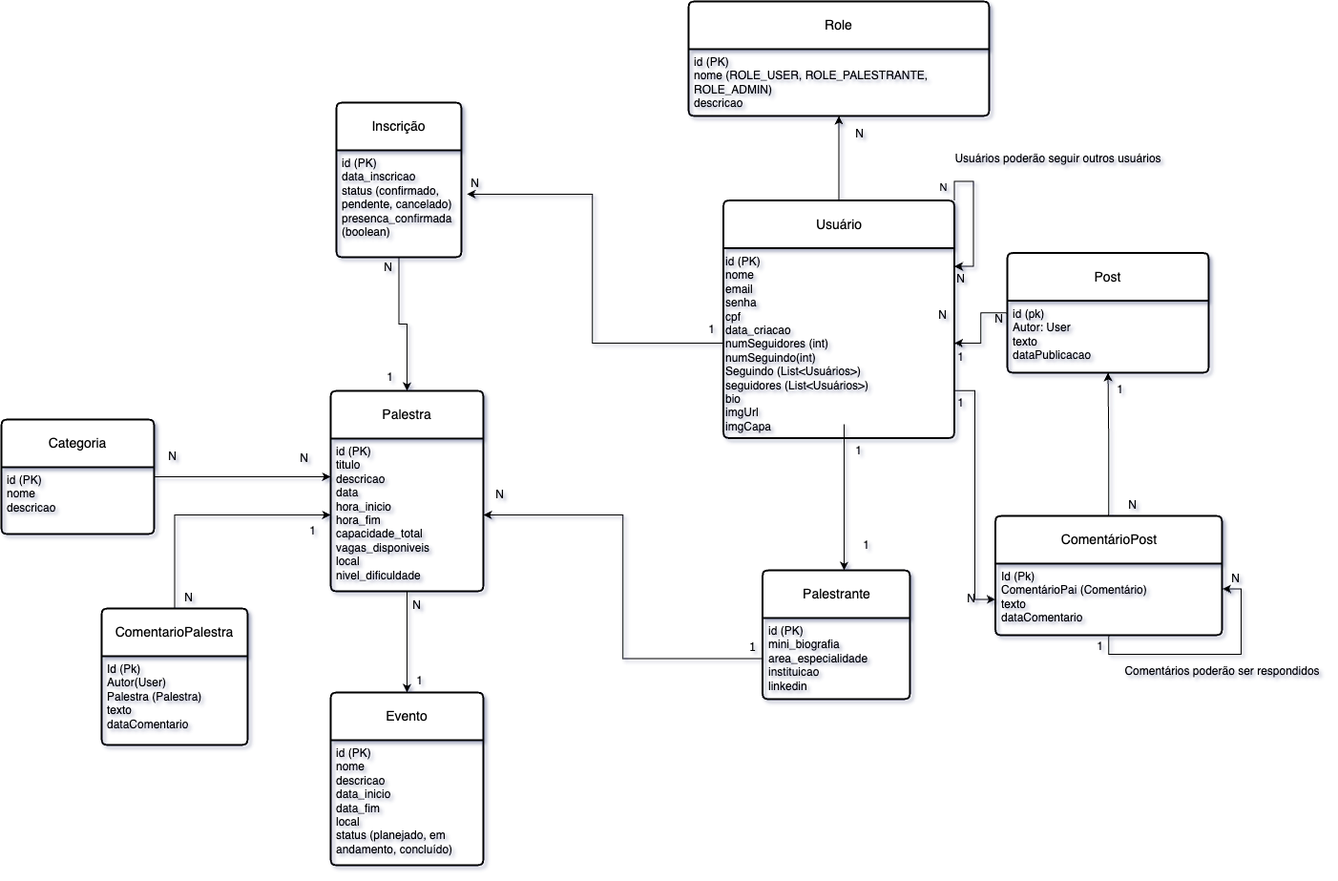
This is images/TalkHub.drawio (1).png from Filipe-Samuel-p/TalkHub, a draw.io export, as it was before one commit. Source tidied: cells renumbered, new cells last; positions are measured from the earlier drawing's top-left corner, leaving out a move shared by most shapes.
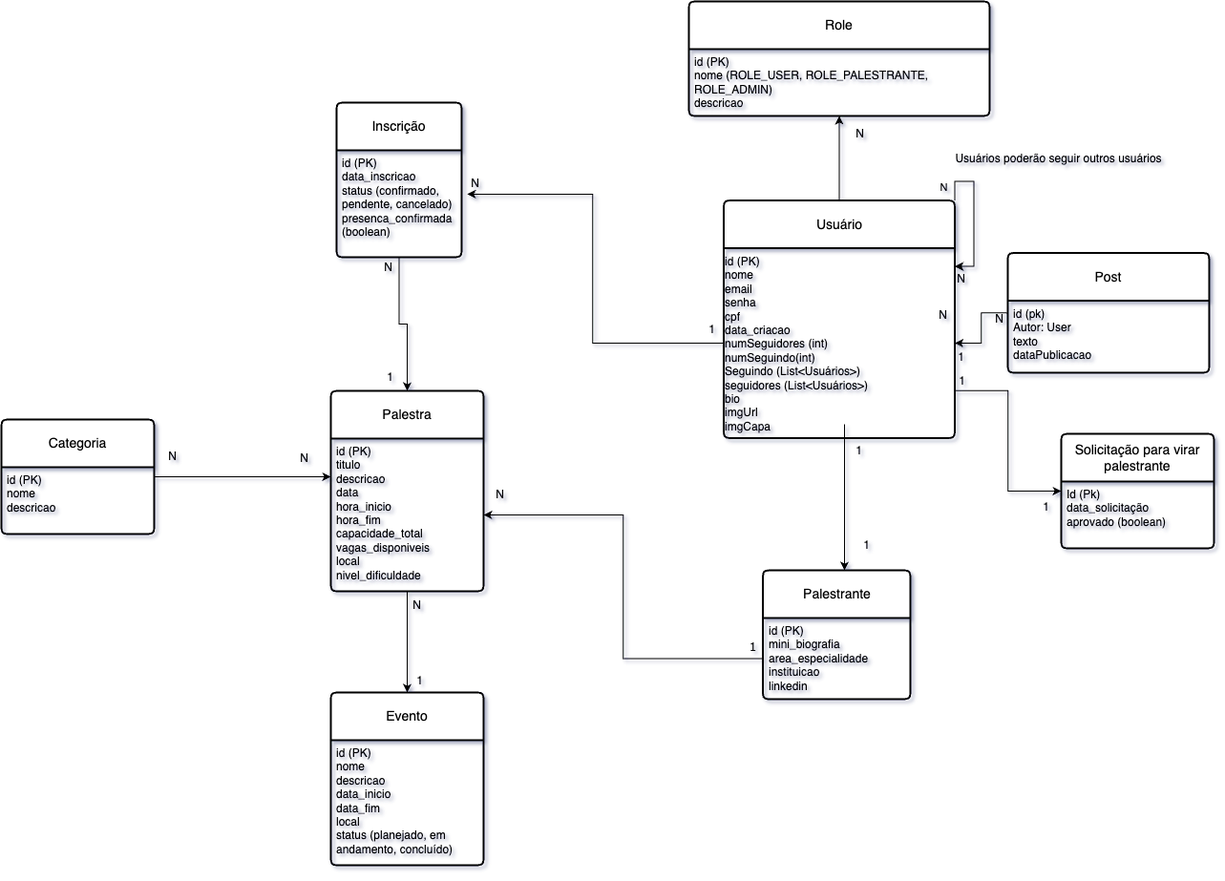
After the change.

Change to the diagram source:
```diff
@@ -136,62 +136,26 @@
     <mxCell id="44" value="1" style="text;html=1;align=center;verticalAlign=middle;strokeColor=none;fillColor=none;labelBackgroundColor=none;" parent="1" vertex="1">
       <mxGeometry x="992" y="360" width="25" height="26" as="geometry" />
     </mxCell>
-    <mxCell id="45" style="edgeStyle=orthogonalEdgeStyle;rounded=0;jettySize=auto;html=1;labelBackgroundColor=none;fontColor=default;" parent="1" edge="1" source="46" target="42">
-      <mxGeometry relative="1" as="geometry" />
-    </mxCell>
-    <mxCell id="46" value="ComentárioPost" style="swimlane;horizontal=1;startSize=50;rounded=1;fontSize=14;fontStyle=0;strokeWidth=2;shadow=0;dashed=0;align=center;arcSize=4;whiteSpace=wrap;html=1;labelBackgroundColor=none;" parent="1" vertex="1">
-      <mxGeometry x="1041.5" y="539" width="237.5" height="125" as="geometry" />
-    </mxCell>
-    <mxCell id="47" value="Id (Pk)&lt;div&gt;ComentárioPai (Comentário)&lt;/div&gt;&lt;div&gt;texto&lt;/div&gt;&lt;div&gt;dataComentario&lt;/div&gt;" style="align=left;strokeColor=none;fillColor=none;spacingLeft=4;spacingRight=4;fontSize=12;verticalAlign=top;html=1;whiteSpace=wrap;labelBackgroundColor=none;" parent="46" vertex="1">
-      <mxGeometry y="50" width="237.5" height="75" as="geometry" />
-    </mxCell>
-    <mxCell id="48" style="edgeStyle=orthogonalEdgeStyle;rounded=0;orthogonalLoop=1;jettySize=auto;html=1;exitX=0.5;exitY=1;exitDx=0;exitDy=0;entryX=1.002;entryY=0.353;entryDx=0;entryDy=0;entryPerimeter=0;labelBackgroundColor=none;fontColor=default;" parent="46" edge="1" source="47" target="47">
-      <mxGeometry relative="1" as="geometry" />
-    </mxCell>
-    <mxCell id="49" value="1" style="text;html=1;align=center;verticalAlign=middle;strokeColor=none;fillColor=none;labelBackgroundColor=none;" parent="1" vertex="1">
-      <mxGeometry x="1159" y="394" width="25" height="26" as="geometry" />
-    </mxCell>
-    <mxCell id="50" value="N" style="text;html=1;align=center;verticalAlign=middle;strokeColor=none;fillColor=none;labelBackgroundColor=none;" parent="1" vertex="1">
-      <mxGeometry x="1171" y="515" width="27" height="26" as="geometry" />
-    </mxCell>
-    <mxCell id="51" style="edgeStyle=orthogonalEdgeStyle;rounded=0;jettySize=auto;html=1;exitX=1;exitY=0.75;exitDx=0;exitDy=0;entryX=0;entryY=0.5;entryDx=0;entryDy=0;labelBackgroundColor=none;fontColor=default;" parent="1" edge="1" source="7" target="47">
-      <mxGeometry relative="1" as="geometry" />
-    </mxCell>
-    <mxCell id="52" value="N" style="text;html=1;align=center;verticalAlign=middle;strokeColor=none;fillColor=none;labelBackgroundColor=none;" parent="1" vertex="1">
-      <mxGeometry x="1002" y="613" width="27" height="26" as="geometry" />
-    </mxCell>
-    <mxCell id="53" value="1" style="text;html=1;align=center;verticalAlign=middle;strokeColor=none;fillColor=none;labelBackgroundColor=none;" parent="1" vertex="1">
-      <mxGeometry x="992" y="408" width="25" height="26" as="geometry" />
-    </mxCell>
-    <mxCell id="54" value="N" style="text;html=1;align=center;verticalAlign=middle;strokeColor=none;fillColor=none;labelBackgroundColor=none;" parent="1" vertex="1">
-      <mxGeometry x="1279" y="592" width="27" height="26" as="geometry" />
-    </mxCell>
-    <mxCell id="55" value="1" style="text;html=1;align=center;verticalAlign=middle;strokeColor=none;fillColor=none;labelBackgroundColor=none;" parent="1" vertex="1">
-      <mxGeometry x="1138" y="663" width="25" height="26" as="geometry" />
-    </mxCell>
-    <mxCell id="56" style="edgeStyle=orthogonalEdgeStyle;rounded=0;jettySize=auto;html=1;exitX=0.5;exitY=0;exitDx=0;exitDy=0;entryX=0;entryY=0.5;entryDx=0;entryDy=0;labelBackgroundColor=none;fontColor=default;" parent="1" edge="1" source="57" target="15">
-      <mxGeometry relative="1" as="geometry" />
-    </mxCell>
-    <mxCell id="57" value="ComentarioPalestra" style="swimlane;horizontal=1;startSize=50;rounded=1;fontSize=14;fontStyle=0;strokeWidth=2;shadow=0;dashed=0;align=center;arcSize=4;whiteSpace=wrap;html=1;labelBackgroundColor=none;" parent="1" vertex="1">
-      <mxGeometry x="105" y="636" width="153" height="143" as="geometry" />
-    </mxCell>
-    <mxCell id="58" value="Id (Pk)&lt;div&gt;Autor(User)&lt;/div&gt;&lt;div&gt;Palestra (Palestra)&lt;/div&gt;&lt;div&gt;texto&lt;/div&gt;&lt;div&gt;dataComentario&lt;/div&gt;" style="align=left;strokeColor=none;fillColor=none;spacingLeft=4;spacingRight=4;fontSize=12;verticalAlign=top;html=1;whiteSpace=wrap;labelBackgroundColor=none;" parent="57" vertex="1">
-      <mxGeometry y="50" width="153" height="93" as="geometry" />
-    </mxCell>
-    <mxCell id="59" value="1" style="text;html=1;align=center;verticalAlign=middle;strokeColor=none;fillColor=none;labelBackgroundColor=none;" parent="1" vertex="1">
-      <mxGeometry x="313" y="542" width="25" height="26" as="geometry" />
-    </mxCell>
-    <mxCell id="60" value="N" style="text;html=1;align=center;verticalAlign=middle;strokeColor=none;fillColor=none;labelBackgroundColor=none;" parent="1" vertex="1">
-      <mxGeometry x="182" y="612" width="27" height="26" as="geometry" />
-    </mxCell>
     <mxCell id="61" value="N" style="text;html=1;align=center;verticalAlign=middle;strokeColor=none;fillColor=none;labelBackgroundColor=none;" parent="1" vertex="1">
       <mxGeometry x="972" y="316" width="27" height="26" as="geometry" />
     </mxCell>
-    <mxCell id="62" value="Comentários poderão ser respondidos" style="text;html=1;align=center;verticalAlign=middle;strokeColor=none;fillColor=none;labelBackgroundColor=none;" parent="1" vertex="1">
-      <mxGeometry x="1168" y="689" width="222" height="26" as="geometry" />
-    </mxCell>
     <mxCell id="63" value="Usuários poderão seguir outros usuários" style="text;html=1;align=center;verticalAlign=middle;strokeColor=none;fillColor=none;labelBackgroundColor=none;" parent="1" vertex="1">
       <mxGeometry x="990" y="152" width="234" height="26" as="geometry" />
     </mxCell>
+    <mxCell id="64" value="Solicitação para virar palestrante" style="swimlane;horizontal=1;startSize=50;rounded=1;fontSize=14;fontStyle=0;strokeWidth=2;shadow=0;dashed=0;align=center;arcSize=4;whiteSpace=wrap;html=1;" parent="1" vertex="1">
+      <mxGeometry x="1110" y="453" width="160" height="120" as="geometry" />
+    </mxCell>
+    <mxCell id="65" value="Id (Pk)&lt;div&gt;data_solicitação&lt;/div&gt;&lt;div&gt;aprovado (boolean)&lt;/div&gt;" style="align=left;strokeColor=none;fillColor=none;spacingLeft=4;spacingRight=4;fontSize=12;verticalAlign=top;html=1;whiteSpace=wrap;" parent="64" vertex="1">
+      <mxGeometry y="50" width="160" height="70" as="geometry" />
+    </mxCell>
+    <mxCell id="66" style="edgeStyle=orthogonalEdgeStyle;rounded=0;jettySize=auto;html=1;exitX=1;exitY=0.75;exitDx=0;exitDy=0;entryX=0;entryY=0.5;entryDx=0;entryDy=0;" parent="1" edge="1" source="7" target="64">
+      <mxGeometry relative="1" as="geometry" />
+    </mxCell>
+    <mxCell id="67" value="1" style="text;html=1;align=center;verticalAlign=middle;strokeColor=none;fillColor=none;" parent="1" vertex="1">
+      <mxGeometry x="1081" y="517" width="25" height="26" as="geometry" />
+    </mxCell>
+    <mxCell id="68" value="1" style="text;html=1;align=center;verticalAlign=middle;strokeColor=none;fillColor=none;" parent="1" vertex="1">
+      <mxGeometry x="994" y="385" width="25" height="26" as="geometry" />
+    </mxCell>
   </root>
 </mxGraphModel>
```
